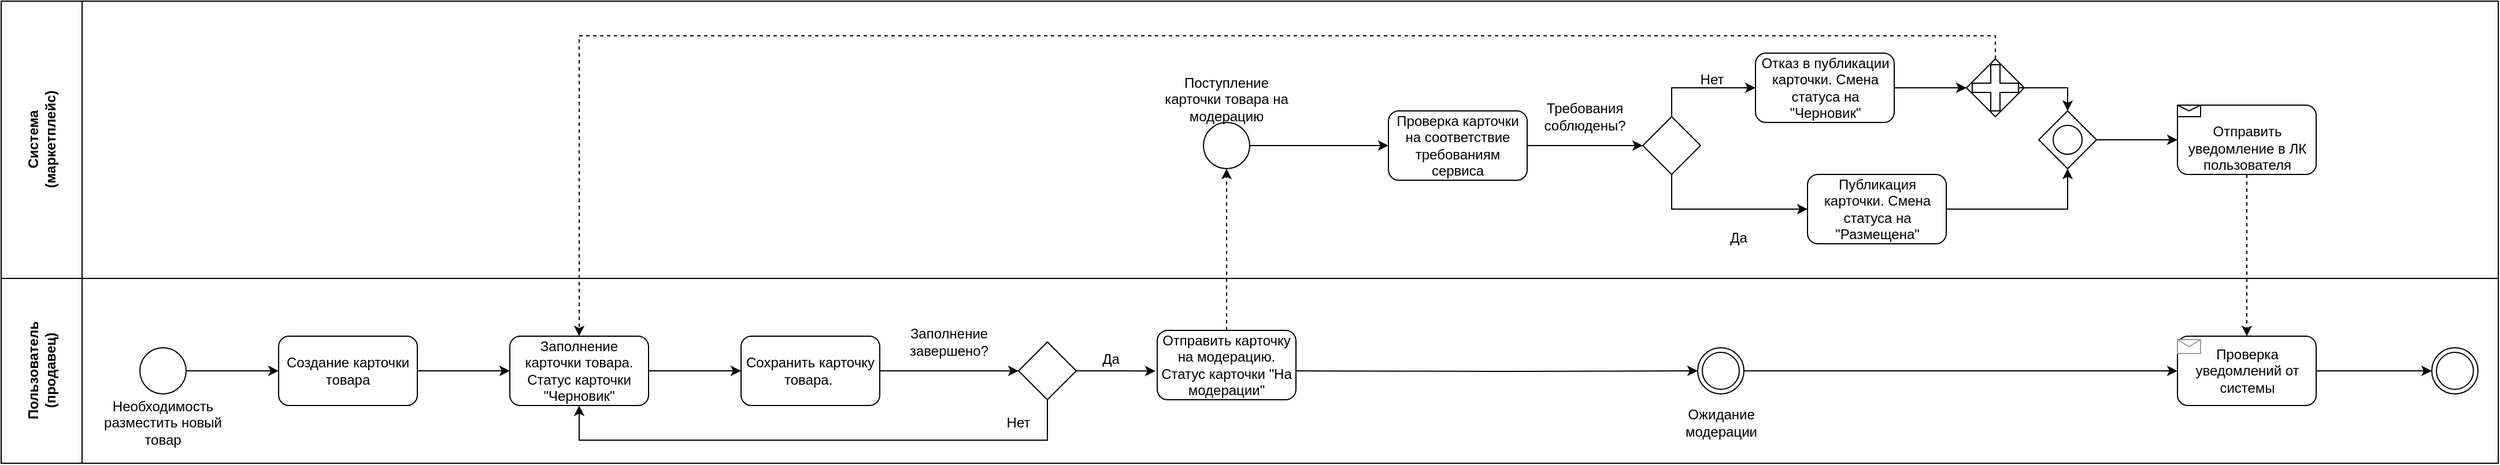
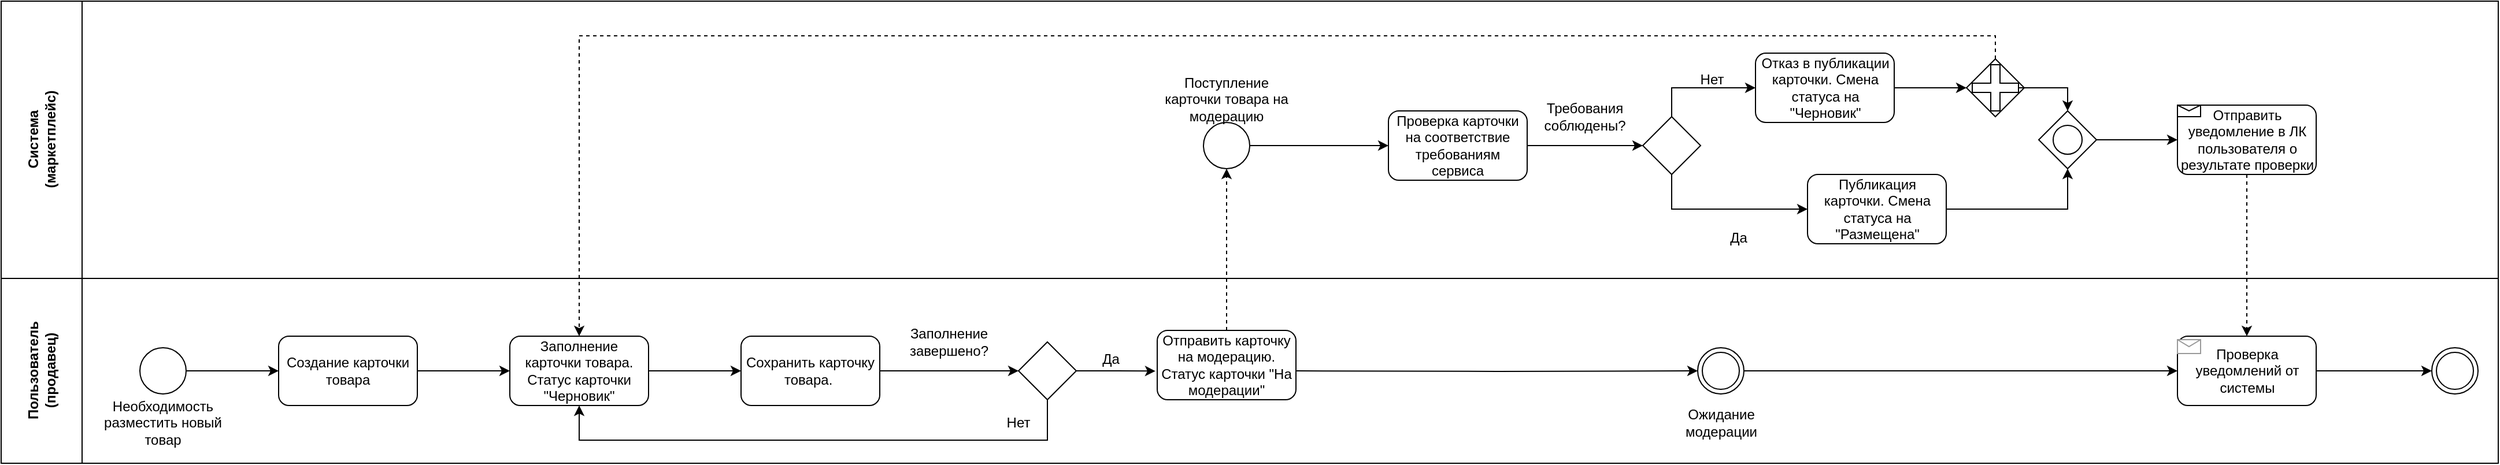
<mxfile host="app.diagrams.net">
  <diagram name="Страница-1" id="bCqnGirgA7KRL-EWpAqA">
    <mxGraphModel dx="2432" dy="1046" grid="1" gridSize="10" guides="1" tooltips="1" connect="1" arrows="1" fold="1" page="0" pageScale="1" pageWidth="827" pageHeight="1169" math="0" shadow="0">
      <root>
        <mxCell id="0" />
        <mxCell id="1" parent="0" />
        <mxCell id="Gdi8o8TUlqVirX3bWkUd-7" parent="1" style="swimlane;childLayout=stackLayout;resizeParent=1;resizeParentMax=0;horizontal=0;startSize=70;horizontalStack=0;html=1;fixedHeader=1;connectable=1;resizable=1;movable=1;editable=1;rotatable=1;deletable=1;locked=0;collapsible=1;dropTarget=0;" value="Пользователь&lt;div&gt;(продавец)&lt;/div&gt;" vertex="1">
          <mxGeometry height="160" width="2160" x="-1120" y="-80" as="geometry" />
        </mxCell>
        <mxCell id="Gdi8o8TUlqVirX3bWkUd-11" parent="1" style="swimlane;childLayout=stackLayout;resizeParent=1;resizeParentMax=0;horizontal=0;startSize=70;horizontalStack=0;html=1;dropTarget=0;" value="Система&lt;div&gt;(маркетплейс)&lt;/div&gt;" vertex="1">
          <mxGeometry height="240" width="2160" x="-1120" y="-320" as="geometry" />
        </mxCell>
        <mxCell id="Gdi8o8TUlqVirX3bWkUd-22" edge="1" parent="1" source="Gdi8o8TUlqVirX3bWkUd-13" style="edgeStyle=orthogonalEdgeStyle;rounded=0;orthogonalLoop=1;jettySize=auto;html=1;entryX=0;entryY=0.5;entryDx=0;entryDy=0;" target="Gdi8o8TUlqVirX3bWkUd-15">
          <mxGeometry relative="1" as="geometry" />
        </mxCell>
        <mxCell id="Gdi8o8TUlqVirX3bWkUd-13" parent="1" style="ellipse;whiteSpace=wrap;html=1;aspect=fixed;fillColor=none;" value="" vertex="1">
          <mxGeometry height="40" width="40" x="-1000" y="-19.999999999999886" as="geometry" />
        </mxCell>
        <mxCell id="Gdi8o8TUlqVirX3bWkUd-14" parent="1" style="text;html=1;whiteSpace=wrap;strokeColor=none;fillColor=none;align=center;verticalAlign=middle;rounded=0;connectable=1;allowArrows=1;recursiveResize=1;expand=1;editable=1;movable=1;resizable=1;rotatable=0;deletable=1;locked=0;" value="Необходимость разместить новый товар" vertex="1">
          <mxGeometry height="50" width="110" x="-1035" y="20" as="geometry" />
        </mxCell>
        <mxCell id="Gdi8o8TUlqVirX3bWkUd-23" edge="1" parent="1" source="Gdi8o8TUlqVirX3bWkUd-15" style="edgeStyle=orthogonalEdgeStyle;rounded=0;orthogonalLoop=1;jettySize=auto;html=1;entryX=0;entryY=0.5;entryDx=0;entryDy=0;" target="Gdi8o8TUlqVirX3bWkUd-20">
          <mxGeometry relative="1" as="geometry" />
        </mxCell>
        <mxCell id="Gdi8o8TUlqVirX3bWkUd-15" parent="1" style="rounded=1;whiteSpace=wrap;html=1;" value="Создание карточки товара" vertex="1">
          <mxGeometry height="60" width="120" x="-880" y="-30" as="geometry" />
        </mxCell>
        <mxCell id="Gdi8o8TUlqVirX3bWkUd-25" edge="1" parent="1" source="Gdi8o8TUlqVirX3bWkUd-17" style="edgeStyle=orthogonalEdgeStyle;rounded=0;orthogonalLoop=1;jettySize=auto;html=1;exitX=1;exitY=0.5;exitDx=0;exitDy=0;entryX=0;entryY=0.5;entryDx=0;entryDy=0;" target="Gdi8o8TUlqVirX3bWkUd-18">
          <mxGeometry relative="1" as="geometry" />
        </mxCell>
        <mxCell id="Gdi8o8TUlqVirX3bWkUd-17" parent="1" style="rounded=1;whiteSpace=wrap;html=1;" value="Сохранить карточку товара.&amp;nbsp;" vertex="1">
          <mxGeometry height="60" width="120" x="-480" y="-30" as="geometry" />
        </mxCell>
        <mxCell id="Gdi8o8TUlqVirX3bWkUd-18" parent="1" style="rhombus;whiteSpace=wrap;html=1;" value="" vertex="1">
          <mxGeometry height="50" width="50" x="-240" y="-25" as="geometry" />
        </mxCell>
        <mxCell id="Gdi8o8TUlqVirX3bWkUd-19" parent="1" style="text;html=1;whiteSpace=wrap;strokeColor=none;fillColor=none;align=center;verticalAlign=middle;rounded=0;" value="Заполнение завершено?" vertex="1">
          <mxGeometry height="30" width="60" x="-330" y="-40" as="geometry" />
        </mxCell>
        <mxCell id="Gdi8o8TUlqVirX3bWkUd-24" edge="1" parent="1" source="Gdi8o8TUlqVirX3bWkUd-20" style="edgeStyle=orthogonalEdgeStyle;rounded=0;orthogonalLoop=1;jettySize=auto;html=1;exitX=1;exitY=0.5;exitDx=0;exitDy=0;entryX=0;entryY=0.5;entryDx=0;entryDy=0;" target="Gdi8o8TUlqVirX3bWkUd-17">
          <mxGeometry relative="1" as="geometry" />
        </mxCell>
        <mxCell id="Gdi8o8TUlqVirX3bWkUd-20" parent="1" style="rounded=1;whiteSpace=wrap;html=1;" value="Заполнение карточки товара. Статус карточки &quot;Черновик&quot;" vertex="1">
          <mxGeometry height="60" width="120" x="-680" y="-30" as="geometry" />
        </mxCell>
        <mxCell id="Gdi8o8TUlqVirX3bWkUd-36" edge="1" parent="1" source="Gdi8o8TUlqVirX3bWkUd-21" style="edgeStyle=orthogonalEdgeStyle;rounded=0;orthogonalLoop=1;jettySize=auto;html=1;exitX=0.5;exitY=0;exitDx=0;exitDy=0;dashed=1;entryX=0.5;entryY=1;entryDx=0;entryDy=0;" target="Gdi8o8TUlqVirX3bWkUd-31">
          <mxGeometry relative="1" as="geometry" />
        </mxCell>
        <mxCell id="Gdi8o8TUlqVirX3bWkUd-21" parent="1" style="rounded=1;whiteSpace=wrap;html=1;" value="Отправить карточку на модерацию. Статус карточки &quot;На модерации&quot;" vertex="1">
          <mxGeometry height="60" width="120" x="-120" y="-35" as="geometry" />
        </mxCell>
        <mxCell id="Gdi8o8TUlqVirX3bWkUd-26" edge="1" parent="1" source="Gdi8o8TUlqVirX3bWkUd-18" style="edgeStyle=orthogonalEdgeStyle;rounded=0;orthogonalLoop=1;jettySize=auto;html=1;exitX=0.5;exitY=1;exitDx=0;exitDy=0;entryX=0.5;entryY=1;entryDx=0;entryDy=0;" target="Gdi8o8TUlqVirX3bWkUd-20">
          <mxGeometry relative="1" as="geometry">
            <Array as="points">
              <mxPoint x="-215" y="60" />
              <mxPoint x="-620" y="60" />
            </Array>
          </mxGeometry>
        </mxCell>
        <mxCell id="Gdi8o8TUlqVirX3bWkUd-27" parent="1" style="text;html=1;whiteSpace=wrap;strokeColor=none;fillColor=none;align=center;verticalAlign=middle;rounded=0;" value="Нет" vertex="1">
          <mxGeometry height="30" width="60" x="-270" y="30" as="geometry" />
        </mxCell>
        <mxCell id="Gdi8o8TUlqVirX3bWkUd-28" edge="1" parent="1" source="Gdi8o8TUlqVirX3bWkUd-18" style="edgeStyle=orthogonalEdgeStyle;rounded=0;orthogonalLoop=1;jettySize=auto;html=1;exitX=1;exitY=0.5;exitDx=0;exitDy=0;entryX=-0.013;entryY=0.587;entryDx=0;entryDy=0;entryPerimeter=0;" target="Gdi8o8TUlqVirX3bWkUd-21">
          <mxGeometry relative="1" as="geometry" />
        </mxCell>
        <mxCell id="Gdi8o8TUlqVirX3bWkUd-29" parent="1" style="text;html=1;whiteSpace=wrap;strokeColor=none;fillColor=none;align=center;verticalAlign=middle;rounded=0;" value="Да" vertex="1">
          <mxGeometry height="30" width="60" x="-190" y="-25" as="geometry" />
        </mxCell>
        <mxCell id="Gdi8o8TUlqVirX3bWkUd-31" parent="1" style="ellipse;whiteSpace=wrap;html=1;aspect=fixed;fillColor=none;" value="" vertex="1">
          <mxGeometry height="40" width="40" x="-80" y="-214.9999999999999" as="geometry" />
        </mxCell>
        <mxCell id="Gdi8o8TUlqVirX3bWkUd-32" parent="1" style="text;html=1;whiteSpace=wrap;strokeColor=none;fillColor=none;align=center;verticalAlign=middle;rounded=0;" value="Поступление карточки товара на модерацию" vertex="1">
          <mxGeometry height="60" width="120" x="-120" y="-265" as="geometry" />
        </mxCell>
        <mxCell id="Gdi8o8TUlqVirX3bWkUd-35" edge="1" parent="1" source="Gdi8o8TUlqVirX3bWkUd-31" style="edgeStyle=orthogonalEdgeStyle;rounded=0;orthogonalLoop=1;jettySize=auto;html=1;">
          <mxGeometry relative="1" as="geometry">
            <mxPoint x="80" y="-195" as="targetPoint" />
          </mxGeometry>
        </mxCell>
        <mxCell id="Gdi8o8TUlqVirX3bWkUd-60" edge="1" parent="1" source="Gdi8o8TUlqVirX3bWkUd-37" style="edgeStyle=orthogonalEdgeStyle;rounded=0;orthogonalLoop=1;jettySize=auto;html=1;entryX=0;entryY=0.5;entryDx=0;entryDy=0;" target="Gdi8o8TUlqVirX3bWkUd-48">
          <mxGeometry relative="1" as="geometry" />
        </mxCell>
        <mxCell id="Gdi8o8TUlqVirX3bWkUd-37" parent="1" style="ellipse;shape=doubleEllipse;whiteSpace=wrap;html=1;aspect=fixed;" value="" vertex="1">
          <mxGeometry height="40" width="40" x="347.5" y="-20" as="geometry" />
        </mxCell>
        <mxCell id="Gdi8o8TUlqVirX3bWkUd-38" parent="1" style="text;html=1;whiteSpace=wrap;strokeColor=none;fillColor=none;align=center;verticalAlign=middle;rounded=0;" value="Ожидание модерации" vertex="1">
          <mxGeometry height="30" width="60" x="337.5" y="30" as="geometry" />
        </mxCell>
        <mxCell id="Gdi8o8TUlqVirX3bWkUd-39" edge="1" parent="1" style="edgeStyle=orthogonalEdgeStyle;rounded=0;orthogonalLoop=1;jettySize=auto;html=1;entryX=0;entryY=0.5;entryDx=0;entryDy=0;" target="Gdi8o8TUlqVirX3bWkUd-37">
          <mxGeometry relative="1" as="geometry">
            <mxPoint as="sourcePoint" />
          </mxGeometry>
        </mxCell>
        <mxCell id="Gdi8o8TUlqVirX3bWkUd-46" edge="1" parent="1" source="Gdi8o8TUlqVirX3bWkUd-40" style="edgeStyle=orthogonalEdgeStyle;rounded=0;orthogonalLoop=1;jettySize=auto;html=1;entryX=0;entryY=0.5;entryDx=0;entryDy=0;">
          <mxGeometry relative="1" as="geometry">
            <mxPoint x="300" y="-195" as="targetPoint" />
          </mxGeometry>
        </mxCell>
        <mxCell id="Gdi8o8TUlqVirX3bWkUd-40" parent="1" style="rounded=1;whiteSpace=wrap;html=1;" value="Проверка карточки на соответствие требованиям сервиса" vertex="1">
          <mxGeometry height="60" width="120" x="80" y="-225" as="geometry" />
        </mxCell>
        <mxCell id="Gdi8o8TUlqVirX3bWkUd-51" edge="1" parent="1" source="PaO1Qy7Af-6XjJVU2j9O-2" style="edgeStyle=orthogonalEdgeStyle;rounded=0;orthogonalLoop=1;jettySize=auto;html=1;dashed=1;exitX=0.5;exitY=0;exitDx=0;exitDy=0;">
          <mxGeometry relative="1" as="geometry">
            <Array as="points">
              <mxPoint x="605" y="-290" />
              <mxPoint x="-620" y="-290" />
            </Array>
            <mxPoint x="500" y="-290" as="sourcePoint" />
            <mxPoint x="-620" y="-30" as="targetPoint" />
          </mxGeometry>
        </mxCell>
        <mxCell id="Gdi8o8TUlqVirX3bWkUd-44" parent="1" style="text;html=1;whiteSpace=wrap;strokeColor=none;fillColor=none;align=center;verticalAlign=middle;rounded=0;" value="Требования соблюдены?" vertex="1">
          <mxGeometry height="30" width="60" x="220" y="-235" as="geometry" />
        </mxCell>
        <mxCell id="Gdi8o8TUlqVirX3bWkUd-63" edge="1" parent="1" source="Gdi8o8TUlqVirX3bWkUd-48" style="edgeStyle=orthogonalEdgeStyle;rounded=0;orthogonalLoop=1;jettySize=auto;html=1;entryX=0;entryY=0.5;entryDx=0;entryDy=0;" target="Gdi8o8TUlqVirX3bWkUd-61">
          <mxGeometry relative="1" as="geometry" />
        </mxCell>
        <mxCell id="Gdi8o8TUlqVirX3bWkUd-48" parent="1" style="rounded=1;whiteSpace=wrap;html=1;" value="&lt;div&gt;Проверка уведомлений от системы&lt;/div&gt;" vertex="1">
          <mxGeometry height="60" width="120" x="762.5" y="-30" as="geometry" />
        </mxCell>
        <mxCell id="Gdi8o8TUlqVirX3bWkUd-49" parent="1" style="verticalLabelPosition=bottom;shadow=0;dashed=0;align=center;html=1;verticalAlign=top;strokeWidth=1;shape=mxgraph.mockup.misc.mail2;strokeColor=#999999;" value="" vertex="1">
          <mxGeometry height="12" width="20" x="762.5" y="-27" as="geometry" />
        </mxCell>
        <mxCell id="Gdi8o8TUlqVirX3bWkUd-50" parent="1" style="text;html=1;whiteSpace=wrap;strokeColor=none;fillColor=none;align=center;verticalAlign=middle;rounded=0;" value="Нет" vertex="1">
          <mxGeometry height="30" width="60" x="330" y="-267.5" as="geometry" />
        </mxCell>
        <mxCell id="Gdi8o8TUlqVirX3bWkUd-57" edge="1" parent="1" source="Gdi8o8TUlqVirX3bWkUd-52" style="edgeStyle=orthogonalEdgeStyle;rounded=0;orthogonalLoop=1;jettySize=auto;html=1;entryX=0;entryY=0.5;entryDx=0;entryDy=0;exitX=0.5;exitY=1;exitDx=0;exitDy=0;" target="Gdi8o8TUlqVirX3bWkUd-56">
          <mxGeometry relative="1" as="geometry">
            <mxPoint x="422.5" y="-140" as="targetPoint" />
          </mxGeometry>
        </mxCell>
        <mxCell id="PaO1Qy7Af-6XjJVU2j9O-1" edge="1" parent="1" source="Gdi8o8TUlqVirX3bWkUd-52" style="edgeStyle=orthogonalEdgeStyle;rounded=0;orthogonalLoop=1;jettySize=auto;html=1;entryX=0;entryY=0.5;entryDx=0;entryDy=0;exitX=0.5;exitY=0;exitDx=0;exitDy=0;" target="Gdi8o8TUlqVirX3bWkUd-66">
          <mxGeometry relative="1" as="geometry" />
        </mxCell>
        <mxCell id="Gdi8o8TUlqVirX3bWkUd-52" parent="1" style="rhombus;whiteSpace=wrap;html=1;" value="" vertex="1">
          <mxGeometry height="50" width="50" x="300" y="-220" as="geometry" />
        </mxCell>
        <mxCell id="Gdi8o8TUlqVirX3bWkUd-55" parent="1" style="text;html=1;whiteSpace=wrap;strokeColor=none;fillColor=none;align=center;verticalAlign=middle;rounded=0;" value="Да" vertex="1">
          <mxGeometry height="30" width="60" x="352.5" y="-130" as="geometry" />
        </mxCell>
        <mxCell id="Gdi8o8TUlqVirX3bWkUd-64" edge="1" parent="1" source="Gdi8o8TUlqVirX3bWkUd-56" style="edgeStyle=orthogonalEdgeStyle;rounded=0;orthogonalLoop=1;jettySize=auto;html=1;entryX=0.5;entryY=1;entryDx=0;entryDy=0;" target="Gdi8o8TUlqVirX3bWkUd-69">
          <mxGeometry relative="1" as="geometry">
            <mxPoint x="732.5" y="-200" as="targetPoint" />
          </mxGeometry>
        </mxCell>
        <mxCell id="Gdi8o8TUlqVirX3bWkUd-56" parent="1" style="rounded=1;whiteSpace=wrap;html=1;" value="Публикация карточки. Смена статуса на &quot;Размещена&quot;" vertex="1">
          <mxGeometry height="60" width="120" x="442.5" y="-170" as="geometry" />
        </mxCell>
        <mxCell id="Gdi8o8TUlqVirX3bWkUd-72" edge="1" parent="1" source="Gdi8o8TUlqVirX3bWkUd-58" style="edgeStyle=orthogonalEdgeStyle;rounded=0;orthogonalLoop=1;jettySize=auto;html=1;entryX=0.5;entryY=0;entryDx=0;entryDy=0;dashed=1;" target="Gdi8o8TUlqVirX3bWkUd-48">
          <mxGeometry relative="1" as="geometry" />
        </mxCell>
-         <mxCell id="Gdi8o8TUlqVirX3bWkUd-58" parent="1" style="rounded=1;whiteSpace=wrap;html=1;" value="&lt;div&gt;&lt;br&gt;&lt;/div&gt;&lt;div&gt;Отправить уведомление в ЛК пользователя&lt;/div&gt;" vertex="1">
+         <mxCell id="Gdi8o8TUlqVirX3bWkUd-58" parent="1" style="rounded=1;whiteSpace=wrap;html=1;" value="&lt;div&gt;&lt;span style=&quot;background-color: transparent; color: light-dark(rgb(0, 0, 0), rgb(255, 255, 255));&quot;&gt;Отправить уведомление в ЛК пользователя о результате проверки&lt;/span&gt;&lt;/div&gt;" vertex="1">
          <mxGeometry height="60" width="120" x="762.5" y="-230" as="geometry" />
        </mxCell>
        <mxCell id="Gdi8o8TUlqVirX3bWkUd-59" parent="1" style="shape=message;html=1;html=1;outlineConnect=0;labelPosition=center;verticalLabelPosition=bottom;align=center;verticalAlign=top;" value="" vertex="1">
          <mxGeometry height="10" width="20" x="762.5" y="-230" as="geometry" />
        </mxCell>
        <mxCell id="Gdi8o8TUlqVirX3bWkUd-61" parent="1" style="ellipse;shape=doubleEllipse;whiteSpace=wrap;html=1;aspect=fixed;" value="" vertex="1">
          <mxGeometry height="40" width="40" x="982.5" y="-20" as="geometry" />
        </mxCell>
        <mxCell id="PaO1Qy7Af-6XjJVU2j9O-4" edge="1" parent="1" source="Gdi8o8TUlqVirX3bWkUd-66" style="edgeStyle=orthogonalEdgeStyle;rounded=0;orthogonalLoop=1;jettySize=auto;html=1;entryX=0;entryY=0.5;entryDx=0;entryDy=0;" target="PaO1Qy7Af-6XjJVU2j9O-2">
          <mxGeometry relative="1" as="geometry" />
        </mxCell>
        <mxCell id="Gdi8o8TUlqVirX3bWkUd-66" parent="1" style="rounded=1;whiteSpace=wrap;html=1;" value="Отказ в публикации карточки. Смена статуса на &quot;Черновик&quot;" vertex="1">
          <mxGeometry height="60" width="120" x="397.5" y="-275" as="geometry" />
        </mxCell>
        <mxCell id="Gdi8o8TUlqVirX3bWkUd-71" edge="1" parent="1" source="Gdi8o8TUlqVirX3bWkUd-69" style="edgeStyle=orthogonalEdgeStyle;rounded=0;orthogonalLoop=1;jettySize=auto;html=1;entryX=0;entryY=0.5;entryDx=0;entryDy=0;" target="Gdi8o8TUlqVirX3bWkUd-58">
          <mxGeometry relative="1" as="geometry" />
        </mxCell>
        <mxCell id="Gdi8o8TUlqVirX3bWkUd-69" parent="1" style="rhombus;whiteSpace=wrap;html=1;" value="" vertex="1">
          <mxGeometry height="50" width="50" x="642.5" y="-225" as="geometry" />
        </mxCell>
        <mxCell id="Gdi8o8TUlqVirX3bWkUd-70" parent="1" style="ellipse;whiteSpace=wrap;html=1;aspect=fixed;fillColor=none;" value="" vertex="1">
          <mxGeometry height="25" width="25" x="655" y="-212.5" as="geometry" />
        </mxCell>
        <mxCell id="PaO1Qy7Af-6XjJVU2j9O-2" parent="1" style="rhombus;whiteSpace=wrap;html=1;" value="" vertex="1">
          <mxGeometry height="50" width="50" x="580" y="-270" as="geometry" />
        </mxCell>
        <mxCell id="PaO1Qy7Af-6XjJVU2j9O-5" edge="1" parent="1" source="PaO1Qy7Af-6XjJVU2j9O-3" style="edgeStyle=orthogonalEdgeStyle;rounded=0;orthogonalLoop=1;jettySize=auto;html=1;entryX=0.5;entryY=0;entryDx=0;entryDy=0;" target="Gdi8o8TUlqVirX3bWkUd-69">
          <mxGeometry relative="1" as="geometry" />
        </mxCell>
        <mxCell id="PaO1Qy7Af-6XjJVU2j9O-3" parent="1" style="shape=cross;whiteSpace=wrap;html=1;" value="" vertex="1">
          <mxGeometry height="40" width="40" x="585" y="-265" as="geometry" />
        </mxCell>
      </root>
    </mxGraphModel>
  </diagram>
</mxfile>
